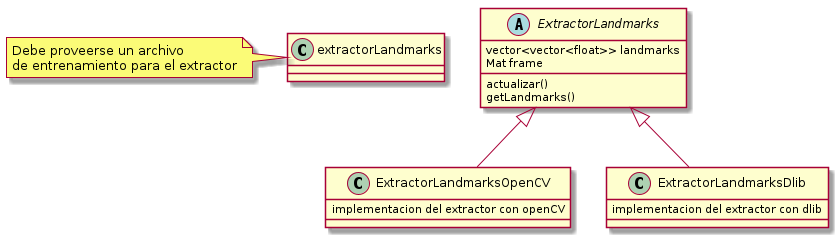
Before: Diagrama/extractorLandmarks.png, a diagram exported from PlantUML (agustinavila/ProyectoVision).
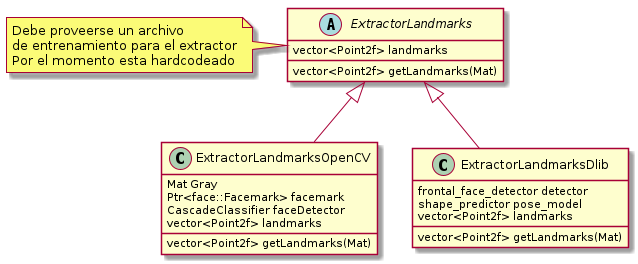
After the commit.

The edit, as a diff of the source:
```diff
@@ -1,22 +1,29 @@
 @startuml extractorLandmarks
 abstract class ExtractorLandmarks{
-
-	vector<vector<float>> landmarks
-	Mat frame
-	actualizar()
-	getLandmarks()
+	vector<Point2f> landmarks
+	vector<Point2f> getLandmarks(Mat)
 }
-note left of extractorLandmarks
+note left of ExtractorLandmarks
 Debe proveerse un archivo
 de entrenamiento para el extractor
+Por el momento esta hardcodeado
 end note
 
 class ExtractorLandmarksOpenCV{
-implementacion del extractor con openCV
+Mat Gray
+Ptr<face::Facemark> facemark
+CascadeClassifier faceDetector
+vector<Point2f> landmarks
+vector<Point2f> getLandmarks(Mat)
 }
 ExtractorLandmarks<|-- ExtractorLandmarksOpenCV
+
+class ExtractorLandmarksDlib{
+frontal_face_detector detector
+shape_predictor pose_model
+vector<Point2f> landmarks
+vector<Point2f> getLandmarks(Mat)
+}
 ExtractorLandmarks<|-- ExtractorLandmarksDlib
-class ExtractorLandmarksDlib{
-implementacion del extractor con dlib
-}
+
 @enduml
```
